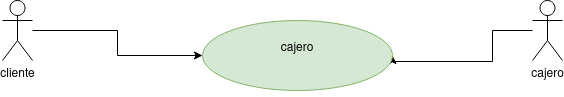
This is images/Prueba.drawio.png from adogonz23/ETS, a draw.io export, as it was before one commit. Source tidied: cells renumbered, new cells last; positions are measured from the earlier drawing's top-left corner, leaving out a move shared by most shapes. The source it was exported from:
```xml
<mxGraphModel>
  <root>
    <mxCell id="0" />
    <mxCell id="1" parent="0" />
    <mxCell id="2" style="edgeStyle=orthogonalEdgeStyle;rounded=0;jettySize=auto;html=1;" parent="1" edge="1" source="3" target="6">
      <mxGeometry relative="1" as="geometry" />
    </mxCell>
    <mxCell id="3" value="&lt;div&gt;cliente&lt;/div&gt;&lt;div&gt;&lt;br&gt;&lt;/div&gt;" style="shape=umlActor;html=1;verticalLabelPosition=bottom;verticalAlign=top;align=center;" parent="1" vertex="1">
      <mxGeometry width="30" height="60" as="geometry" />
    </mxCell>
    <mxCell id="4" style="edgeStyle=orthogonalEdgeStyle;rounded=0;jettySize=auto;html=1;entryX=1;entryY=0.5;entryDx=0;entryDy=0;" parent="1" edge="1" source="5" target="6">
      <mxGeometry relative="1" as="geometry">
        <Array as="points">
          <mxPoint x="490" y="30" />
          <mxPoint x="490" y="61" />
          <mxPoint x="390" y="61" />
        </Array>
      </mxGeometry>
    </mxCell>
    <mxCell id="5" value="&lt;div&gt;cajero&lt;/div&gt;&lt;div&gt;&lt;br&gt;&lt;/div&gt;" style="shape=umlActor;html=1;verticalLabelPosition=bottom;verticalAlign=top;align=center;" parent="1" vertex="1">
      <mxGeometry x="530" width="30" height="60" as="geometry" />
    </mxCell>
    <mxCell id="6" value="&lt;div&gt;cajero&lt;/div&gt;&lt;div&gt;&lt;br&gt;&lt;/div&gt;" style="ellipse;whiteSpace=wrap;html=1;fillColor=#d5e8d4;strokeColor=#82b366;" parent="1" vertex="1">
      <mxGeometry x="200" y="20" width="190" height="70" as="geometry" />
    </mxCell>
  </root>
</mxGraphModel>
```
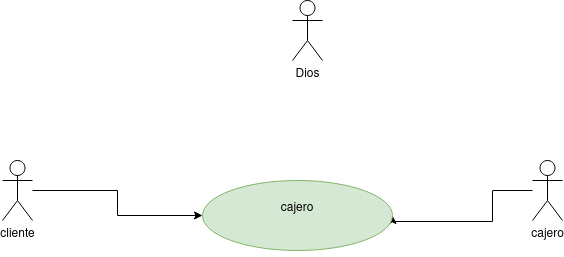
The same file after the commit.

Diff of the diagram source:
```diff
@@ -23,5 +23,8 @@
     <mxCell id="6" value="&lt;div&gt;cajero&lt;/div&gt;&lt;div&gt;&lt;br&gt;&lt;/div&gt;" style="ellipse;whiteSpace=wrap;html=1;fillColor=#d5e8d4;strokeColor=#82b366;" parent="1" vertex="1">
       <mxGeometry x="200" y="20" width="190" height="70" as="geometry" />
     </mxCell>
+    <mxCell id="7" value="&lt;div&gt;Dios&lt;/div&gt;&lt;div&gt;&lt;br&gt;&lt;/div&gt;" style="shape=umlActor;html=1;verticalLabelPosition=bottom;verticalAlign=top;align=center;" parent="1" vertex="1">
+      <mxGeometry x="290" y="-160" width="30" height="60" as="geometry" />
+    </mxCell>
   </root>
 </mxGraphModel>
```
